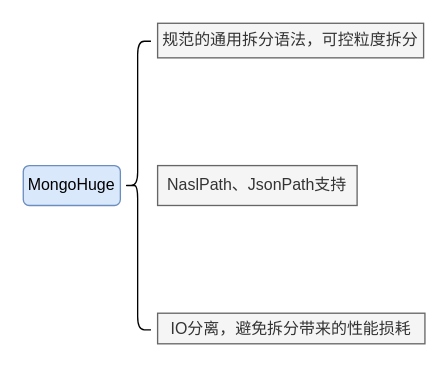
TimerIzaya/TimerBlogPic keeps this draw.io diagram as MongoHuge.drawio. Above is the earlier version. Source tidied: cells renumbered, new cells numbered last; positions are measured from the earlier drawing's top-left corner, leaving out a move shared by most shapes. Both pictures are drawn from the tidied source at 133%, with x=0, y=0 at pixel (23, 23).
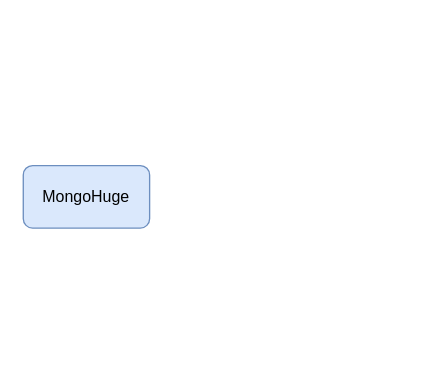
After the change.

Diff of the diagram source:
```diff
@@
 <mxGraphModel>
   <root>
     <mxCell id="0" />
     <mxCell id="1" parent="0" />
-    <mxCell id="2" style="shape=curlyBracket;whiteSpace=wrap;html=1;rounded=1;" parent="1" vertex="1">
-      <mxGeometry x="76" y="13.5" width="20" height="217" as="geometry" />
-    </mxCell>
     <mxCell id="3" value="MongoHuge" style="text;html=1;align=center;verticalAlign=middle;whiteSpace=wrap;rounded=1;strokeColor=#6c8ebf;fillColor=#dae8fc;" parent="1" vertex="1">
-      <mxGeometry y="107" width="73" height="30" as="geometry" />
+      <mxGeometry y="107" width="95" height="47" as="geometry" />
     </mxCell>
-    <mxCell id="4" value="规范的通用拆分语法，可控粒度拆分" style="text;html=1;strokeColor=#666666;fillColor=#f5f5f5;align=center;verticalAlign=middle;whiteSpace=wrap;rounded=0;fontColor=#333333;" parent="1" vertex="1">
-      <mxGeometry x="101" width="200" height="26" as="geometry" />
-    </mxCell>
-    <mxCell id="5" value="NaslPath、JsonPath支持" style="text;html=1;strokeColor=#666666;fillColor=#f5f5f5;align=center;verticalAlign=middle;whiteSpace=wrap;rounded=0;fontColor=#333333;" parent="1" vertex="1">
-      <mxGeometry x="101" y="107" width="150" height="30" as="geometry" />
-    </mxCell>
-    <mxCell id="6" value="IO分离，避免拆分带来的性能损耗" style="text;html=1;strokeColor=#666666;fillColor=#f5f5f5;align=center;verticalAlign=middle;whiteSpace=wrap;rounded=0;fontColor=#333333;" parent="1" vertex="1">
-      <mxGeometry x="101" y="218" width="201" height="23" as="geometry" />
-    </mxCell>
   </root>
 </mxGraphModel>
```
